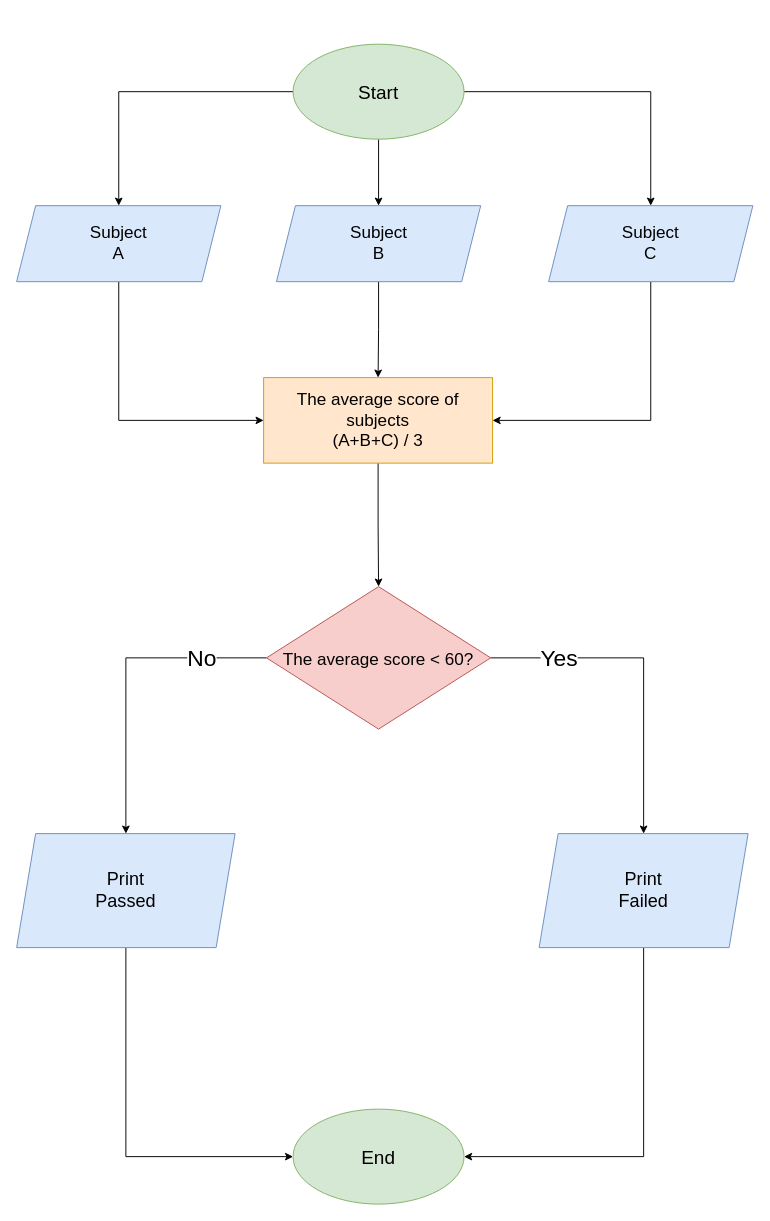
Above: Homework/3.Algorithm-Flowcharts/flowchart3.drawio in shasanova/codeacademy (draw.io), before the change. Source tidied: cells renumbered, new cells numbered last; positions are measured from the earlier drawing's top-left corner, leaving out a move shared by most shapes. Both pictures are drawn from the tidied source at 95%, with x=0, y=0 at pixel (16, 44).
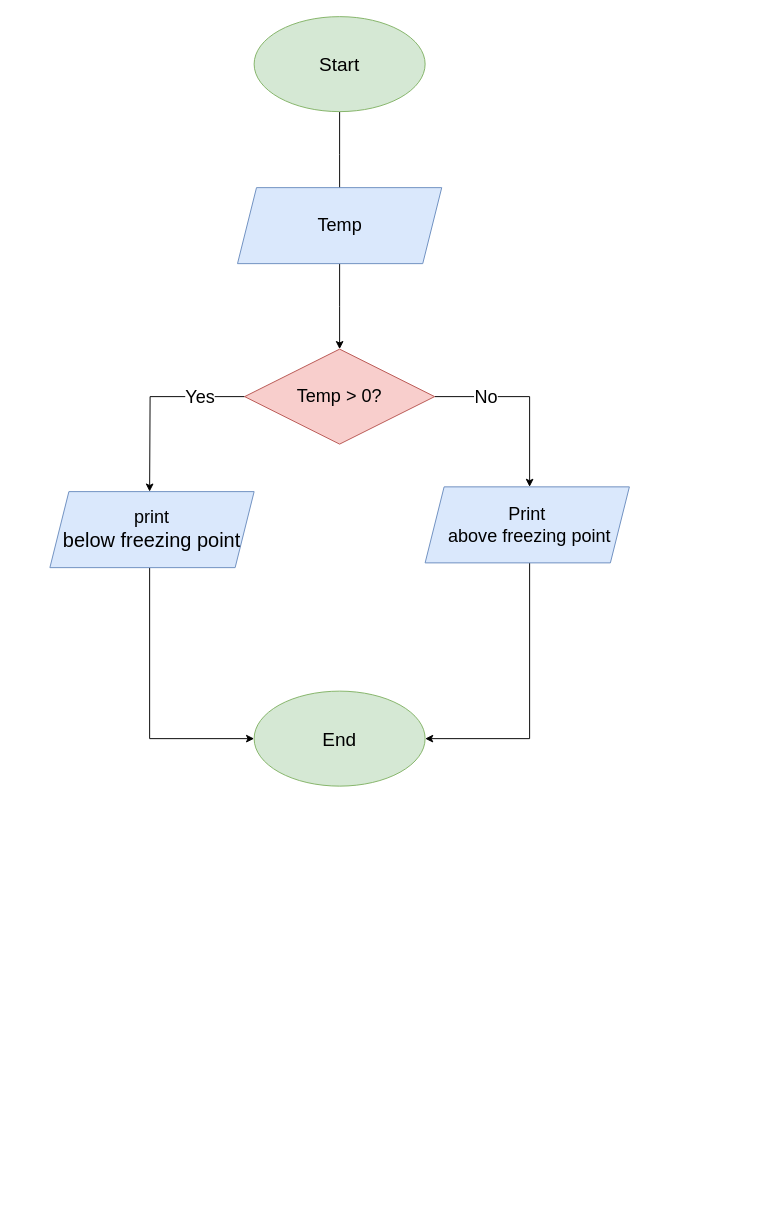
After the change.

Diff of the diagram source:
```diff
@@
-    <mxCell id="2" style="edgeStyle=orthogonalEdgeStyle;rounded=0;jettySize=auto;html=1;entryX=0.5;entryY=0;entryDx=0;entryDy=0;" parent="1" edge="1" source="5" target="7">
-      <mxGeometry relative="1" as="geometry" />
-    </mxCell>
-    <mxCell id="3" style="edgeStyle=orthogonalEdgeStyle;rounded=0;jettySize=auto;html=1;entryX=0.5;entryY=0;entryDx=0;entryDy=0;fontSize=18;" parent="1" edge="1" source="5" target="15">
-      <mxGeometry relative="1" as="geometry" />
-    </mxCell>
-    <mxCell id="4" style="edgeStyle=orthogonalEdgeStyle;rounded=0;jettySize=auto;html=1;entryX=0.5;entryY=0;entryDx=0;entryDy=0;fontSize=18;" parent="1" edge="1" source="5" target="17">
-      <mxGeometry relative="1" as="geometry" />
-    </mxCell>
+    <mxCell id="24" style="edgeStyle=orthogonalEdgeStyle;rounded=0;jettySize=auto;html=1;fontSize=20;" parent="1" edge="1" source="5">
+      <mxGeometry relative="1" as="geometry">
+        <mxPoint x="340" y="161" as="targetPoint" />
+      </mxGeometry>
+    </mxCell>
     <mxCell id="5" value="&lt;font style=&quot;font-size: 20px;&quot;&gt;Start&lt;/font&gt;" style="ellipse;whiteSpace=wrap;html=1;fillColor=#d5e8d4;strokeColor=#82b366;" parent="1" vertex="1">
-      <mxGeometry x="291" width="180" height="100" as="geometry" />
+      <mxGeometry x="250" y="-29" width="180" height="100" as="geometry" />
     </mxCell>
-    <mxCell id="6" style="edgeStyle=orthogonalEdgeStyle;rounded=0;jettySize=auto;html=1;entryX=0.5;entryY=0;entryDx=0;entryDy=0;" parent="1" edge="1" source="7" target="13">
-      <mxGeometry relative="1" as="geometry" />
-    </mxCell>
-    <mxCell id="7" value="&lt;font style=&quot;font-size: 18px;&quot;&gt;Subject&lt;br style=&quot;border-color: var(--border-color);&quot;&gt;B&lt;br&gt;&lt;/font&gt;" style="shape=parallelogram;perimeter=parallelogramPerimeter;whiteSpace=wrap;html=1;fixedSize=1;fillColor=#dae8fc;strokeColor=#6c8ebf;" parent="1" vertex="1">
-      <mxGeometry x="273.5" y="170" width="215" height="80" as="geometry" />
-    </mxCell>
-    <mxCell id="8" style="edgeStyle=orthogonalEdgeStyle;rounded=0;jettySize=auto;html=1;entryX=0;entryY=0.5;entryDx=0;entryDy=0;fontSize=24;exitX=0.5;exitY=1;exitDx=0;exitDy=0;" parent="1" edge="1" source="9" target="23">
-      <mxGeometry relative="1" as="geometry" />
-    </mxCell>
-    <mxCell id="9" value="&lt;font style=&quot;font-size: 19px;&quot;&gt;Print &lt;br&gt;Passed&lt;br&gt;&lt;/font&gt;" style="shape=parallelogram;perimeter=parallelogramPerimeter;whiteSpace=wrap;html=1;fixedSize=1;fillColor=#dae8fc;strokeColor=#6c8ebf;" parent="1" vertex="1">
-      <mxGeometry y="831" width="230" height="120" as="geometry" />
-    </mxCell>
-    <mxCell id="10" style="edgeStyle=orthogonalEdgeStyle;rounded=0;jettySize=auto;html=1;entryX=1;entryY=0.5;entryDx=0;entryDy=0;fontSize=24;exitX=0.5;exitY=1;exitDx=0;exitDy=0;" parent="1" edge="1" source="11" target="23">
-      <mxGeometry relative="1" as="geometry" />
-    </mxCell>
-    <mxCell id="11" value="&lt;font style=&quot;font-size: 19px;&quot;&gt;Print&lt;br&gt;Failed&lt;br&gt;&lt;/font&gt;" style="shape=parallelogram;perimeter=parallelogramPerimeter;whiteSpace=wrap;html=1;fixedSize=1;fillColor=#dae8fc;strokeColor=#6c8ebf;" parent="1" vertex="1">
-      <mxGeometry x="550" y="831" width="220" height="120" as="geometry" />
-    </mxCell>
-    <mxCell id="12" style="edgeStyle=orthogonalEdgeStyle;rounded=0;jettySize=auto;html=1;fontSize=24;" parent="1" edge="1" source="13" target="22">
-      <mxGeometry relative="1" as="geometry" />
-    </mxCell>
-    <mxCell id="13" value="The average score of subjects&lt;br&gt;(A+B+C) / 3" style="rounded=0;whiteSpace=wrap;html=1;fontSize=18;fillColor=#ffe6cc;strokeColor=#d79b00;" parent="1" vertex="1">
-      <mxGeometry x="260" y="351" width="241" height="90" as="geometry" />
-    </mxCell>
-    <mxCell id="14" style="edgeStyle=orthogonalEdgeStyle;rounded=0;jettySize=auto;html=1;entryX=0;entryY=0.5;entryDx=0;entryDy=0;fontSize=18;exitX=0.5;exitY=1;exitDx=0;exitDy=0;" parent="1" edge="1" source="15" target="13">
-      <mxGeometry relative="1" as="geometry" />
-    </mxCell>
-    <mxCell id="15" value="&lt;font style=&quot;font-size: 18px;&quot;&gt;Subject&lt;br style=&quot;border-color: var(--border-color);&quot;&gt;A&lt;br&gt;&lt;/font&gt;" style="shape=parallelogram;perimeter=parallelogramPerimeter;whiteSpace=wrap;html=1;fixedSize=1;fillColor=#dae8fc;strokeColor=#6c8ebf;" parent="1" vertex="1">
-      <mxGeometry y="170" width="215" height="80" as="geometry" />
-    </mxCell>
-    <mxCell id="16" style="edgeStyle=orthogonalEdgeStyle;rounded=0;jettySize=auto;html=1;entryX=1;entryY=0.5;entryDx=0;entryDy=0;fontSize=18;exitX=0.5;exitY=1;exitDx=0;exitDy=0;" parent="1" edge="1" source="17" target="13">
-      <mxGeometry relative="1" as="geometry" />
-    </mxCell>
-    <mxCell id="17" value="&lt;font style=&quot;font-size: 18px;&quot;&gt;Subject&lt;br&gt;C&lt;br&gt;&lt;/font&gt;" style="shape=parallelogram;perimeter=parallelogramPerimeter;whiteSpace=wrap;html=1;fixedSize=1;fillColor=#dae8fc;strokeColor=#6c8ebf;" parent="1" vertex="1">
-      <mxGeometry x="560" y="170" width="215" height="80" as="geometry" />
-    </mxCell>
-    <mxCell id="18" style="edgeStyle=orthogonalEdgeStyle;rounded=0;jettySize=auto;html=1;entryX=0.5;entryY=0;entryDx=0;entryDy=0;fontSize=24;" parent="1" edge="1" source="22" target="9">
-      <mxGeometry relative="1" as="geometry" />
-    </mxCell>
+    <mxCell id="25" style="edgeStyle=orthogonalEdgeStyle;rounded=0;jettySize=auto;html=1;fontSize=19;" parent="1" edge="1" source="26">
+      <mxGeometry relative="1" as="geometry">
+        <mxPoint x="340" y="321" as="targetPoint" />
+      </mxGeometry>
+    </mxCell>
+    <mxCell id="26" value="&lt;span style=&quot;font-size: 19px;&quot;&gt;Temp&lt;/span&gt;" style="shape=parallelogram;perimeter=parallelogramPerimeter;whiteSpace=wrap;html=1;fixedSize=1;fillColor=#dae8fc;strokeColor=#6c8ebf;" parent="1" vertex="1">
+      <mxGeometry x="232.5" y="151" width="215" height="80" as="geometry" />
+    </mxCell>
+    <mxCell id="27" style="edgeStyle=orthogonalEdgeStyle;rounded=0;jettySize=auto;html=1;fontSize=19;" parent="1" edge="1" source="29">
+      <mxGeometry relative="1" as="geometry">
+        <mxPoint x="140" y="471" as="targetPoint" />
+      </mxGeometry>
+    </mxCell>
+    <mxCell id="21" value="Yes" style="edgeLabel;html=1;align=center;verticalAlign=middle;fontSize=19;" parent="27" vertex="1">
+      <mxGeometry x="-0.52" y="3" relative="1" as="geometry">
+        <mxPoint y="-3" as="offset" />
+      </mxGeometry>
+    </mxCell>
+    <mxCell id="28" style="edgeStyle=orthogonalEdgeStyle;rounded=0;jettySize=auto;html=1;fontSize=19;exitX=1;exitY=0.5;exitDx=0;exitDy=0;" parent="1" edge="1" source="29" target="33">
+      <mxGeometry relative="1" as="geometry">
+        <Array as="points">
+          <mxPoint x="540" y="371" />
+        </Array>
+      </mxGeometry>
+    </mxCell>
-    <mxCell id="19" value="No" style="edgeLabel;html=1;align=center;verticalAlign=middle;fontSize=24;" parent="18" vertex="1">
-      <mxGeometry x="-0.59" relative="1" as="geometry">
-        <mxPoint x="-1" as="offset" />
-      </mxGeometry>
+    <mxCell id="19" value="No" style="edgeLabel;html=1;align=center;verticalAlign=middle;fontSize=19;" parent="28" vertex="1">
+      <mxGeometry x="-0.46" relative="1" as="geometry" />
     </mxCell>
-    <mxCell id="20" style="edgeStyle=orthogonalEdgeStyle;rounded=0;jettySize=auto;html=1;entryX=0.5;entryY=0;entryDx=0;entryDy=0;fontSize=24;" parent="1" edge="1" source="22" target="11">
-      <mxGeometry relative="1" as="geometry" />
-    </mxCell>
-    <mxCell id="21" value="Yes" style="edgeLabel;html=1;align=center;verticalAlign=middle;fontSize=24;" parent="20" vertex="1">
-      <mxGeometry x="-0.6" y="-2" relative="1" as="geometry">
-        <mxPoint x="2" y="-2" as="offset" />
-      </mxGeometry>
-    </mxCell>
-    <mxCell id="22" value="&lt;span style=&quot;font-size: 18px;&quot;&gt;The average score &amp;lt; 60?&lt;/span&gt;" style="rhombus;whiteSpace=wrap;html=1;fontSize=24;fillColor=#f8cecc;strokeColor=#b85450;" parent="1" vertex="1">
-      <mxGeometry x="263" y="571" width="236" height="150" as="geometry" />
-    </mxCell>
+    <mxCell id="29" value="Temp &amp;gt; 0?" style="rhombus;whiteSpace=wrap;html=1;fontSize=19;fillColor=#f8cecc;strokeColor=#b85450;" parent="1" vertex="1">
+      <mxGeometry x="240" y="321" width="200" height="100" as="geometry" />
+    </mxCell>
     <mxCell id="23" value="&lt;font style=&quot;font-size: 20px;&quot;&gt;End&lt;/font&gt;" style="ellipse;whiteSpace=wrap;html=1;fillColor=#d5e8d4;strokeColor=#82b366;" parent="1" vertex="1">
-      <mxGeometry x="291" y="1121" width="180" height="100" as="geometry" />
+      <mxGeometry x="250" y="681" width="180" height="100" as="geometry" />
     </mxCell>
+    <mxCell id="30" style="edgeStyle=orthogonalEdgeStyle;rounded=0;jettySize=auto;html=1;entryX=0;entryY=0.5;entryDx=0;entryDy=0;fontSize=19;" parent="1" edge="1" source="31" target="23">
+      <mxGeometry relative="1" as="geometry">
+        <Array as="points">
+          <mxPoint x="140" y="731" />
+        </Array>
+      </mxGeometry>
+    </mxCell>
+    <mxCell id="31" value="&lt;span style=&quot;font-size: 19px;&quot;&gt;print&lt;br&gt;&lt;/span&gt;&lt;font style=&quot;font-size: 21px;&quot;&gt;below freezing point&lt;/font&gt;" style="shape=parallelogram;perimeter=parallelogramPerimeter;whiteSpace=wrap;html=1;fixedSize=1;fillColor=#dae8fc;strokeColor=#6c8ebf;" parent="1" vertex="1">
+      <mxGeometry x="35" y="471" width="215" height="80" as="geometry" />
+    </mxCell>
+    <mxCell id="32" style="edgeStyle=orthogonalEdgeStyle;rounded=0;jettySize=auto;html=1;entryX=1;entryY=0.5;entryDx=0;entryDy=0;fontSize=19;" parent="1" edge="1" source="33" target="23">
+      <mxGeometry relative="1" as="geometry">
+        <Array as="points">
+          <mxPoint x="540" y="731" />
+        </Array>
+      </mxGeometry>
+    </mxCell>
+    <mxCell id="33" value="&lt;span style=&quot;font-size: 19px;&quot;&gt;Print&lt;br&gt;&amp;nbsp;above freezing point&lt;br&gt;&lt;/span&gt;" style="shape=parallelogram;perimeter=parallelogramPerimeter;whiteSpace=wrap;html=1;fixedSize=1;fillColor=#dae8fc;strokeColor=#6c8ebf;" parent="1" vertex="1">
+      <mxGeometry x="430" y="466" width="215" height="80" as="geometry" />
+    </mxCell>
```
